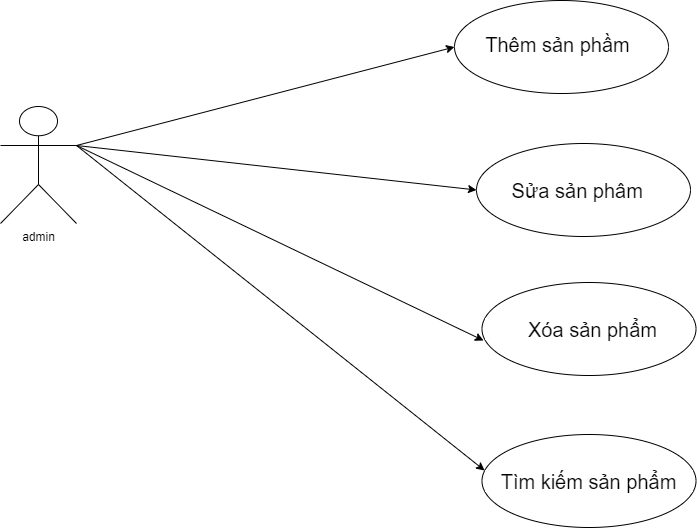
This is .drawio1.png from dungvu242k3/JAVA, a draw.io export, as it was before one commit. Source tidied: cells renumbered, new cells last; positions are measured from the earlier drawing's top-left corner, leaving out a move shared by most shapes.
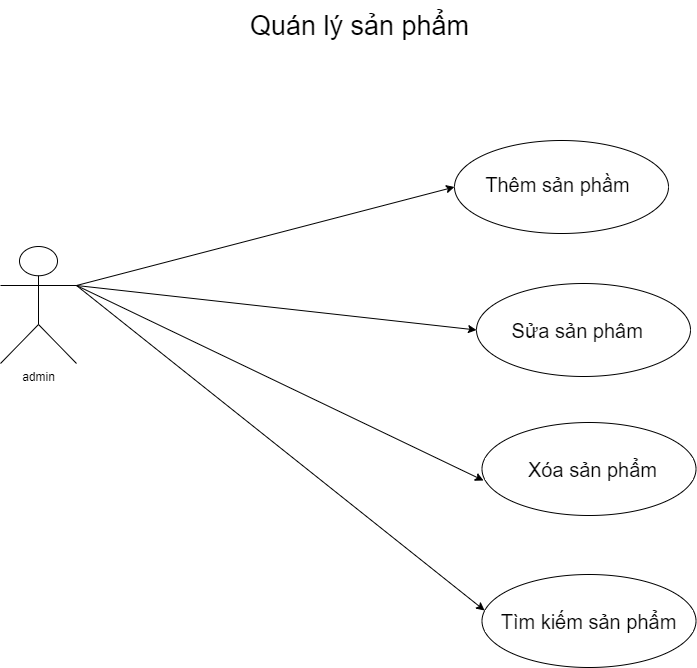
After the change.

Commit message:
Cập nhật .drawio1.png

Change to the diagram source:
```diff
@@ -41,5 +41,8 @@
     <mxCell id="14" value="&lt;font style=&quot;font-size: 20px;&quot;&gt;Tìm kiếm sản phẩm&lt;/font&gt;" style="text;html=1;align=center;verticalAlign=middle;whiteSpace=wrap;rounded=0;" parent="1" vertex="1">
       <mxGeometry x="493" y="450" width="191" height="61" as="geometry" />
     </mxCell>
+    <mxCell id="15" value="&lt;font style=&quot;font-size: 27px;&quot;&gt;Quán lý sản phẩm&lt;/font&gt;" style="text;html=1;align=center;verticalAlign=middle;whiteSpace=wrap;rounded=0;" parent="1" vertex="1">
+      <mxGeometry x="181" y="-140" width="357" height="52" as="geometry" />
+    </mxCell>
   </root>
 </mxGraphModel>
```
